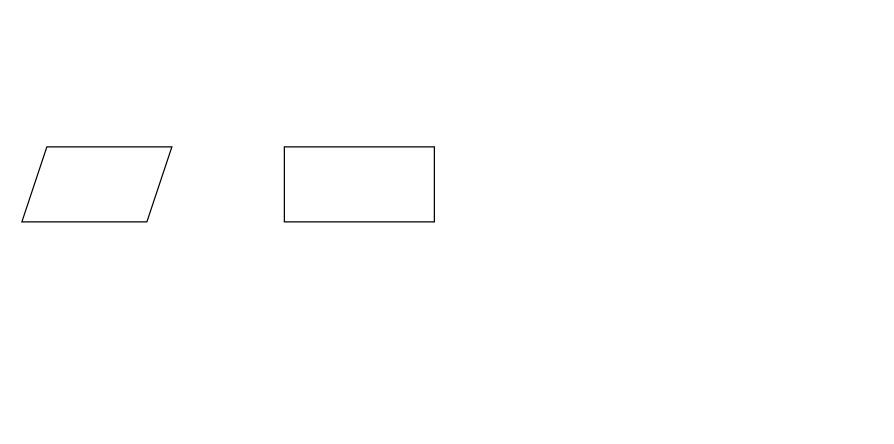
traveller195/draw_io keeps this draw.io diagram as agile_001_flowchart.drawio. Above is the earlier version. Source tidied: cells renumbered, new cells numbered last; positions are measured from the earlier drawing's top-left corner, leaving out a move shared by most shapes. Both pictures are drawn from the tidied source at 125%, with x=0, y=0 at pixel (21, 146).
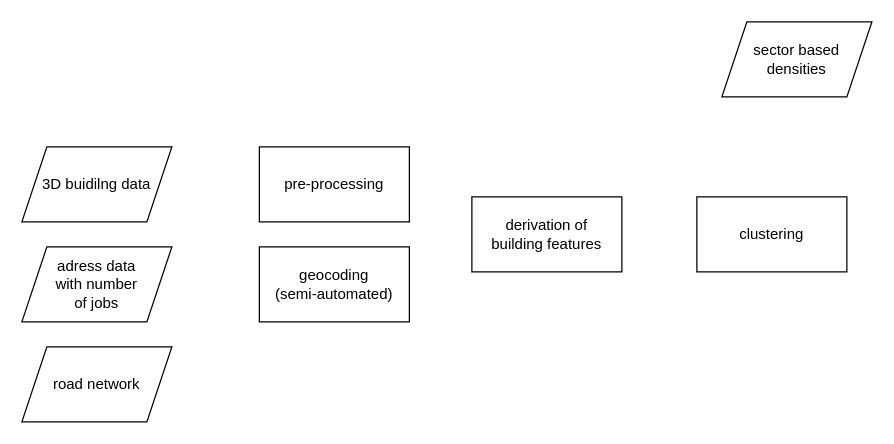
The same diagram, later.

The edit, as a diff of the source:
```diff
@@
 <mxGraphModel>
   <root>
     <mxCell id="0" />
     <mxCell id="1" parent="0" />
-    <mxCell id="2" style="shape=parallelogram;perimeter=parallelogramPerimeter;whiteSpace=wrap;html=1;fixedSize=1;" parent="1" vertex="1">
+    <mxCell id="2" value="3D buidilng data" style="shape=parallelogram;perimeter=parallelogramPerimeter;whiteSpace=wrap;html=1;fixedSize=1;" parent="1" vertex="1">
       <mxGeometry width="120" height="60" as="geometry" />
     </mxCell>
-    <mxCell id="3" style="rounded=0;whiteSpace=wrap;html=1;" parent="1" vertex="1">
-      <mxGeometry x="210" width="120" height="60" as="geometry" />
+    <mxCell id="3" value="pre-processing" style="rounded=0;whiteSpace=wrap;html=1;" parent="1" vertex="1">
+      <mxGeometry x="190" width="120" height="60" as="geometry" />
     </mxCell>
+    <mxCell id="4" value="&lt;div&gt;adress data&lt;/div&gt;&lt;div&gt;with number&lt;/div&gt;&lt;div&gt;of jobs&lt;br&gt;&lt;/div&gt;" style="shape=parallelogram;perimeter=parallelogramPerimeter;whiteSpace=wrap;html=1;fixedSize=1;" parent="1" vertex="1">
+      <mxGeometry y="80" width="120" height="60" as="geometry" />
+    </mxCell>
+    <mxCell id="5" value="&lt;div&gt;sector based&lt;/div&gt;&lt;div&gt;densities&lt;br&gt;&lt;/div&gt;" style="shape=parallelogram;perimeter=parallelogramPerimeter;whiteSpace=wrap;html=1;fixedSize=1;" parent="1" vertex="1">
+      <mxGeometry x="560" y="-100" width="120" height="60" as="geometry" />
+    </mxCell>
+    <mxCell id="6" value="road network" style="shape=parallelogram;perimeter=parallelogramPerimeter;whiteSpace=wrap;html=1;fixedSize=1;" parent="1" vertex="1">
+      <mxGeometry y="160" width="120" height="60" as="geometry" />
+    </mxCell>
+    <mxCell id="7" value="&lt;div&gt;geocoding&lt;/div&gt;&lt;div&gt;(semi-automated)&lt;br&gt;&lt;/div&gt;" style="rounded=0;whiteSpace=wrap;html=1;" parent="1" vertex="1">
+      <mxGeometry x="190" y="80" width="120" height="60" as="geometry" />
+    </mxCell>
+    <mxCell id="8" value="&lt;div&gt;derivation of&lt;/div&gt;&lt;div&gt;building features&lt;br&gt;&lt;/div&gt;" style="rounded=0;whiteSpace=wrap;html=1;" parent="1" vertex="1">
+      <mxGeometry x="360" y="40" width="120" height="60" as="geometry" />
+    </mxCell>
+    <mxCell id="9" value="&lt;div&gt;clustering&lt;br&gt;&lt;/div&gt;" style="rounded=0;whiteSpace=wrap;html=1;" parent="1" vertex="1">
+      <mxGeometry x="540" y="40" width="120" height="60" as="geometry" />
+    </mxCell>
   </root>
 </mxGraphModel>
```
